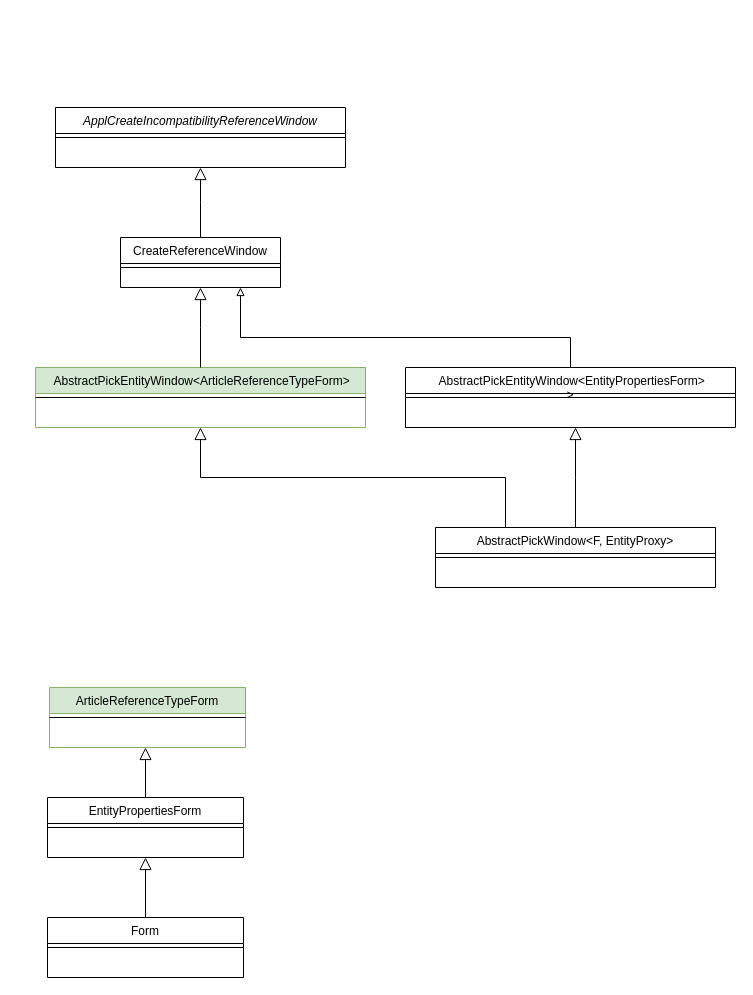
Earlier version of the draw.io diagram SDK-Changes-TME.drawio (biswarup81/drawings). Source tidied: cells renumbered, new cells numbered last; positions are measured from the earlier drawing's top-left corner, leaving out a move shared by most shapes. Both pictures are drawn from the tidied source at 100%, with x=0, y=0 at pixel (35, 107).
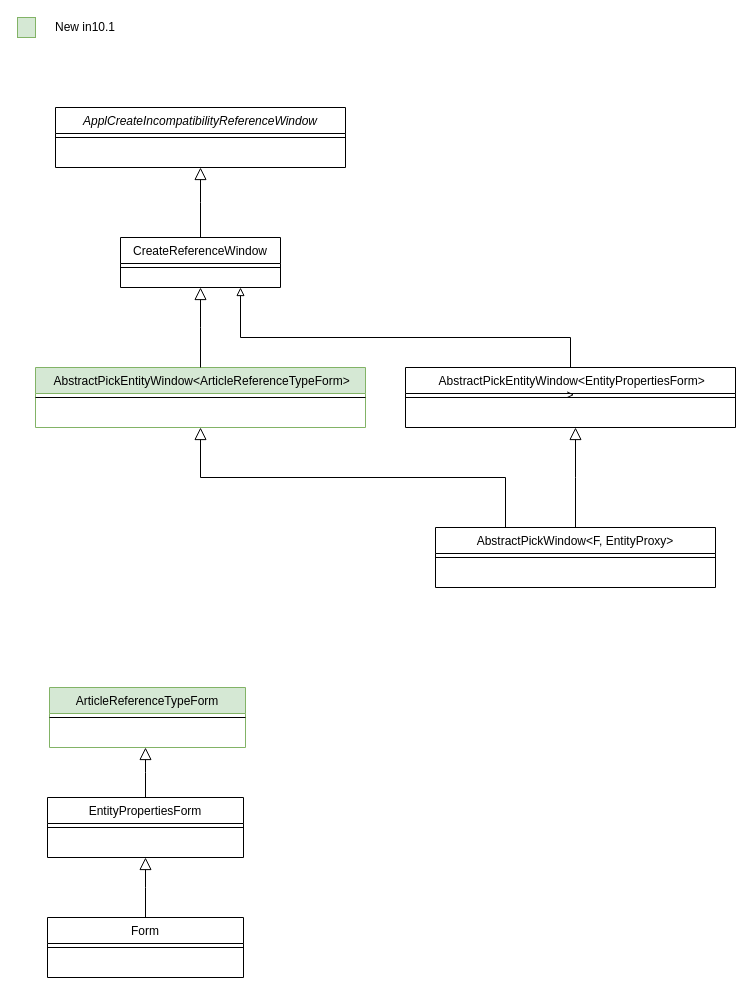
Above is the later version.

Diff of the diagram source:
```diff
@@
+    <mxCell id="25" style="rounded=0;whiteSpace=wrap;html=1;fillColor=#d5e8d4;strokeColor=#82b366;" parent="1" vertex="1">
+      <mxGeometry x="-18" y="-90" width="18" height="20" as="geometry" />
+    </mxCell>
+    <mxCell id="26" value="New in10.1" style="text;html=1;strokeColor=none;fillColor=none;align=center;verticalAlign=middle;whiteSpace=wrap;rounded=0;" parent="1" vertex="1">
+      <mxGeometry y="-90" width="100" height="20" as="geometry" />
+    </mxCell>
```
